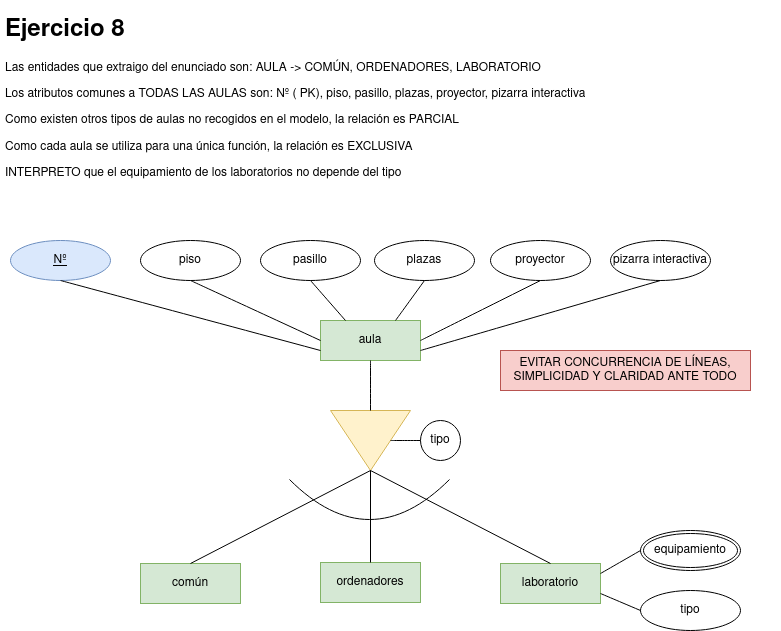
Earlier version of the draw.io export ejercicio8.png (javigh193/bae). Source tidied: cells renumbered, new cells last; positions are measured from the earlier drawing's top-left corner, leaving out a move shared by most shapes.
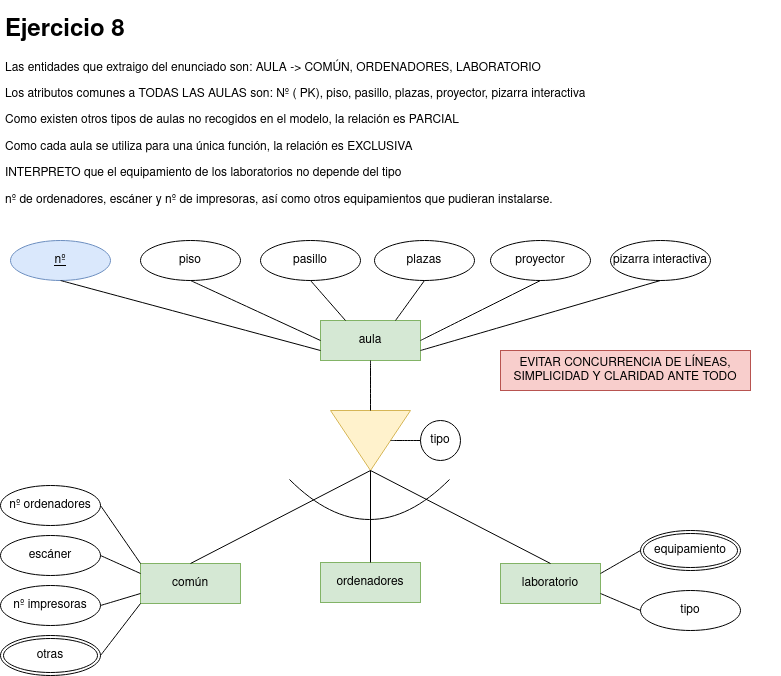
Above is the later version.

Diff of the diagram source:
```diff
@@ -2,13 +2,13 @@
   <root>
     <mxCell id="0" />
     <mxCell id="1" parent="0" />
-    <mxCell id="2" value="&lt;h1&gt;Ejercicio 8 &lt;br&gt;&lt;/h1&gt;&lt;p&gt;Las entidades que extraigo del enunciado son: AULA -&amp;gt; COMÚN, ORDENADORES, LABORATORIO&amp;nbsp;&lt;/p&gt;&lt;p&gt;Los atributos comunes a TODAS LAS AULAS son: Nº ( PK), piso, pasillo, plazas, proyector, pizarra interactiva&lt;/p&gt;&lt;p&gt;Como existen otros tipos de aulas no recogidos en el modelo, la relación es PARCIAL&lt;br&gt;&lt;/p&gt;&lt;p&gt;Como cada aula se utiliza para una única función, la relación es EXCLUSIVA&lt;/p&gt;&lt;p&gt;INTERPRETO que el equipamiento de los laboratorios no depende del tipo&lt;br&gt;&lt;/p&gt;&lt;p&gt;&lt;br&gt;&lt;/p&gt;&lt;p&gt;&lt;br&gt;&lt;/p&gt;" style="text;html=1;strokeColor=none;fillColor=none;spacing=5;spacingTop=-20;whiteSpace=wrap;overflow=hidden;rounded=0;" parent="1" vertex="1">
-      <mxGeometry width="780" height="190" as="geometry" />
+    <mxCell id="2" value="&lt;h1&gt;Ejercicio 8 &lt;br&gt;&lt;/h1&gt;&lt;p&gt;Las entidades que extraigo del enunciado son: AULA -&amp;gt; COMÚN, ORDENADORES, LABORATORIO&amp;nbsp;&lt;/p&gt;&lt;p&gt;Los atributos comunes a TODAS LAS AULAS son: Nº ( PK), piso, pasillo, plazas, proyector, pizarra interactiva&lt;/p&gt;&lt;p&gt;Como existen otros tipos de aulas no recogidos en el modelo, la relación es PARCIAL&lt;br&gt;&lt;/p&gt;&lt;p&gt;Como cada aula se utiliza para una única función, la relación es EXCLUSIVA&lt;/p&gt;&lt;p&gt;INTERPRETO que el equipamiento de los laboratorios no depende del tipo&lt;br&gt;&lt;/p&gt;&lt;p&gt;nº de ordenadores, escáner y nº de impresoras, así como otros equipamientos que pudieran instalarse.&lt;/p&gt;&lt;p&gt;&lt;br&gt;&lt;/p&gt;" style="text;html=1;strokeColor=none;fillColor=none;spacing=5;spacingTop=-20;whiteSpace=wrap;overflow=hidden;rounded=0;" parent="1" vertex="1">
+      <mxGeometry width="780" height="210" as="geometry" />
     </mxCell>
     <mxCell id="3" value="aula" style="whiteSpace=wrap;html=1;align=center;fillColor=#d5e8d4;strokeColor=#82b366;" parent="1" vertex="1">
       <mxGeometry x="320" y="310" width="100" height="40" as="geometry" />
     </mxCell>
-    <mxCell id="4" value="&lt;u&gt;Nº &lt;/u&gt;" style="ellipse;whiteSpace=wrap;html=1;align=center;fillColor=#dae8fc;strokeColor=#6c8ebf;" parent="1" vertex="1">
+    <mxCell id="4" value="&lt;u&gt;nº&lt;/u&gt;" style="ellipse;whiteSpace=wrap;html=1;align=center;fillColor=#dae8fc;strokeColor=#6c8ebf;" parent="1" vertex="1">
       <mxGeometry x="10" y="230" width="100" height="40" as="geometry" />
     </mxCell>
     <mxCell id="5" value="piso" style="ellipse;whiteSpace=wrap;html=1;align=center;" parent="1" vertex="1">
@@ -100,5 +100,29 @@
     <mxCell id="31" value="EVITAR CONCURRENCIA DE LÍNEAS, SIMPLICIDAD Y CLARIDAD ANTE TODO" style="text;html=1;strokeColor=#b85450;fillColor=#f8cecc;align=center;verticalAlign=middle;whiteSpace=wrap;rounded=0;" parent="1" vertex="1">
       <mxGeometry x="500" y="340" width="250" height="40" as="geometry" />
     </mxCell>
+    <mxCell id="32" value="nº ordenadores" style="ellipse;whiteSpace=wrap;html=1;align=center;strokeColor=#000000;fontColor=#000000;" parent="1" vertex="1">
+      <mxGeometry y="475" width="100" height="40" as="geometry" />
+    </mxCell>
+    <mxCell id="33" value="escáner" style="ellipse;whiteSpace=wrap;html=1;align=center;strokeColor=#000000;fontColor=#000000;" parent="1" vertex="1">
+      <mxGeometry y="525" width="100" height="40" as="geometry" />
+    </mxCell>
+    <mxCell id="34" value="nº impresoras" style="ellipse;whiteSpace=wrap;html=1;align=center;strokeColor=#000000;fontColor=#000000;" parent="1" vertex="1">
+      <mxGeometry y="575" width="100" height="40" as="geometry" />
+    </mxCell>
+    <mxCell id="35" value="otras" style="ellipse;shape=doubleEllipse;margin=3;whiteSpace=wrap;html=1;align=center;strokeColor=#000000;fontColor=#000000;" parent="1" vertex="1">
+      <mxGeometry y="625" width="100" height="40" as="geometry" />
+    </mxCell>
+    <mxCell id="36" style="endArrow=none;html=1;rounded=0;fontColor=#000000;curved=1;exitX=1;exitY=0.5;exitDx=0;exitDy=0;entryX=0;entryY=0;entryDx=0;entryDy=0;" parent="1" edge="1" source="32" target="10">
+      <mxGeometry relative="1" as="geometry" />
+    </mxCell>
+    <mxCell id="37" style="endArrow=none;html=1;rounded=0;fontColor=#000000;curved=1;exitX=1;exitY=0.5;exitDx=0;exitDy=0;entryX=0;entryY=0.25;entryDx=0;entryDy=0;" parent="1" edge="1" source="33" target="10">
+      <mxGeometry relative="1" as="geometry" />
+    </mxCell>
+    <mxCell id="38" style="endArrow=none;html=1;rounded=0;fontColor=#000000;curved=1;exitX=1;exitY=0.5;exitDx=0;exitDy=0;entryX=0;entryY=0.75;entryDx=0;entryDy=0;" parent="1" edge="1" source="34" target="10">
+      <mxGeometry relative="1" as="geometry" />
+    </mxCell>
+    <mxCell id="39" style="endArrow=none;html=1;rounded=0;fontColor=#000000;curved=1;exitX=1;exitY=0.5;exitDx=0;exitDy=0;entryX=0;entryY=1;entryDx=0;entryDy=0;" parent="1" edge="1" source="35" target="10">
+      <mxGeometry relative="1" as="geometry" />
+    </mxCell>
   </root>
 </mxGraphModel>
```
